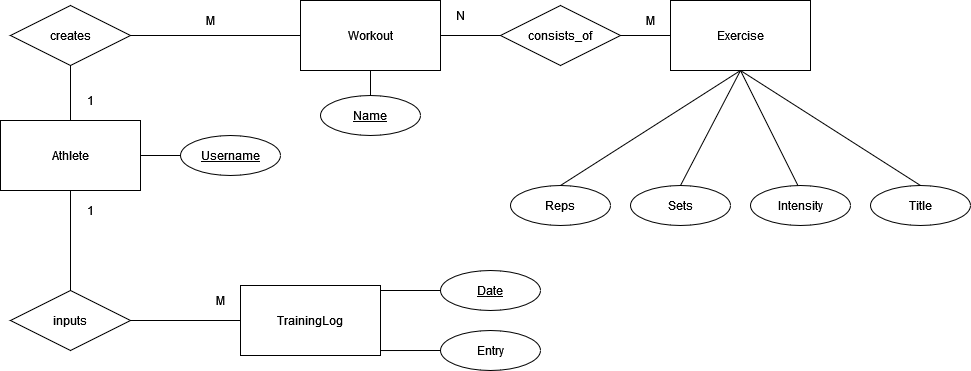
Before: images/er_diagram.png, a diagram exported from draw.io (NoorAsim99/fitness-app). Source tidied: cells renumbered, new cells last; positions are measured from the earlier drawing's top-left corner, leaving out a move shared by most shapes.
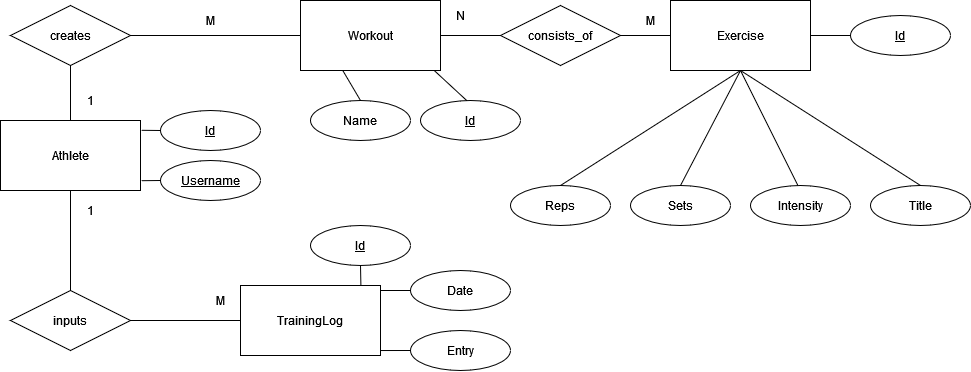
After the change.

The edit, as a diff of the source:
```diff
@@ -47,34 +47,31 @@
     <mxCell id="16" value="M" style="text;html=1;strokeColor=none;fillColor=none;align=center;verticalAlign=middle;whiteSpace=wrap;rounded=0;" parent="1" vertex="1">
       <mxGeometry x="200" y="290" width="40" height="20" as="geometry" />
     </mxCell>
-    <mxCell id="17" value="Username" style="ellipse;whiteSpace=wrap;html=1;align=center;fontStyle=4;" parent="1" vertex="1">
-      <mxGeometry x="180" y="135" width="100" height="40" as="geometry" />
+    <mxCell id="17" value="Id" style="ellipse;whiteSpace=wrap;html=1;align=center;fontStyle=4;" parent="1" vertex="1">
+      <mxGeometry x="160" y="110" width="100" height="40" as="geometry" />
     </mxCell>
-    <mxCell id="18" style="endArrow=none;html=1;entryX=0;entryY=0.5;entryDx=0;entryDy=0;exitX=1;exitY=0.5;exitDx=0;exitDy=0;" parent="1" edge="1" source="4" target="17">
+    <mxCell id="18" style="endArrow=none;html=1;entryX=0;entryY=0.5;entryDx=0;entryDy=0;exitX=1.007;exitY=0.14;exitDx=0;exitDy=0;exitPerimeter=0;" parent="1" edge="1" source="4" target="17">
       <mxGeometry relative="1" as="geometry" />
     </mxCell>
-    <mxCell id="19" value="Date" style="ellipse;whiteSpace=wrap;html=1;align=center;fontStyle=4;" parent="1" vertex="1">
-      <mxGeometry x="440" y="270" width="100" height="40" as="geometry" />
-    </mxCell>
     <mxCell id="20" value="Sets" style="ellipse;whiteSpace=wrap;html=1;align=center;" parent="1" vertex="1">
       <mxGeometry x="630" y="185" width="100" height="40" as="geometry" />
     </mxCell>
     <mxCell id="21" value="Reps" style="ellipse;whiteSpace=wrap;html=1;align=center;" parent="1" vertex="1">
       <mxGeometry x="510" y="185" width="100" height="40" as="geometry" />
     </mxCell>
-    <mxCell id="22" value="Name" style="ellipse;whiteSpace=wrap;html=1;align=center;fontStyle=4;" parent="1" vertex="1">
-      <mxGeometry x="320" y="95" width="100" height="40" as="geometry" />
-    </mxCell>
-    <mxCell id="23" style="endArrow=none;html=1;entryX=0.5;entryY=0;entryDx=0;entryDy=0;exitX=0.5;exitY=1;exitDx=0;exitDy=0;" parent="1" edge="1" source="5" target="22">
-      <mxGeometry relative="1" as="geometry" />
+    <mxCell id="23" style="endArrow=none;html=1;entryX=0.5;entryY=0;entryDx=0;entryDy=0;exitX=0.302;exitY=1;exitDx=0;exitDy=0;exitPerimeter=0;" parent="1" edge="1" source="5">
+      <mxGeometry relative="1" as="geometry">
+        <mxPoint x="360" y="100" as="targetPoint" />
+      </mxGeometry>
     </mxCell>
-    <mxCell id="24" style="endArrow=none;html=1;entryX=0;entryY=0.5;entryDx=0;entryDy=0;" parent="1" edge="1" target="19">
+    <mxCell id="24" style="endArrow=none;html=1;entryX=0;entryY=0.5;entryDx=0;entryDy=0;" parent="1" edge="1">
       <mxGeometry relative="1" as="geometry">
         <mxPoint x="380" y="290" as="sourcePoint" />
+        <mxPoint x="440" y="290" as="targetPoint" />
       </mxGeometry>
     </mxCell>
     <mxCell id="25" value="Entry" style="ellipse;whiteSpace=wrap;html=1;align=center;" parent="1" vertex="1">
-      <mxGeometry x="440" y="330" width="100" height="40" as="geometry" />
+      <mxGeometry x="410" y="330" width="100" height="40" as="geometry" />
     </mxCell>
     <mxCell id="26" style="endArrow=none;html=1;entryX=0;entryY=0.5;entryDx=0;entryDy=0;exitX=1;exitY=0.929;exitDx=0;exitDy=0;exitPerimeter=0;" parent="1" edge="1" source="6" target="25">
       <mxGeometry relative="1" as="geometry" />
@@ -115,5 +112,35 @@
     <mxCell id="38" style="endArrow=none;html=1;exitX=0.5;exitY=0;exitDx=0;exitDy=0;entryX=0.5;entryY=1;entryDx=0;entryDy=0;" parent="1" edge="1" source="37" target="2">
       <mxGeometry relative="1" as="geometry" />
     </mxCell>
+    <mxCell id="39" value="Username" style="ellipse;whiteSpace=wrap;html=1;align=center;fontStyle=4;" parent="1" vertex="1">
+      <mxGeometry x="160" y="160" width="100" height="40" as="geometry" />
+    </mxCell>
+    <mxCell id="40" style="endArrow=none;html=1;entryX=0;entryY=0.5;entryDx=0;entryDy=0;exitX=1.007;exitY=0.86;exitDx=0;exitDy=0;exitPerimeter=0;" parent="1" edge="1" source="4" target="39">
+      <mxGeometry relative="1" as="geometry" />
+    </mxCell>
+    <mxCell id="41" value="Id" style="ellipse;whiteSpace=wrap;html=1;align=center;fontStyle=4;" parent="1" vertex="1">
+      <mxGeometry x="420" y="100" width="100" height="40" as="geometry" />
+    </mxCell>
+    <mxCell id="42" style="endArrow=none;html=1;entryX=0.953;entryY=0.996;entryDx=0;entryDy=0;exitX=0.468;exitY=0.014;exitDx=0;exitDy=0;exitPerimeter=0;entryPerimeter=0;" parent="1" edge="1" source="41" target="5">
+      <mxGeometry relative="1" as="geometry" />
+    </mxCell>
+    <mxCell id="22" value="Name" style="ellipse;whiteSpace=wrap;html=1;align=center;" parent="1" vertex="1">
+      <mxGeometry x="310" y="100" width="100" height="40" as="geometry" />
+    </mxCell>
+    <mxCell id="43" value="Id" style="ellipse;whiteSpace=wrap;html=1;align=center;fontStyle=4;" parent="1" vertex="1">
+      <mxGeometry x="850" y="15" width="100" height="40" as="geometry" />
+    </mxCell>
+    <mxCell id="44" style="endArrow=none;html=1;entryX=0;entryY=0.5;entryDx=0;entryDy=0;exitX=1;exitY=0.5;exitDx=0;exitDy=0;" parent="1" edge="1" source="28" target="43">
+      <mxGeometry relative="1" as="geometry" />
+    </mxCell>
+    <mxCell id="45" value="Id" style="ellipse;whiteSpace=wrap;html=1;align=center;fontStyle=4;" parent="1" vertex="1">
+      <mxGeometry x="310" y="225" width="100" height="40" as="geometry" />
+    </mxCell>
+    <mxCell id="46" style="endArrow=none;html=1;entryX=0.86;entryY=0;entryDx=0;entryDy=0;exitX=0.5;exitY=1;exitDx=0;exitDy=0;entryPerimeter=0;" parent="1" edge="1" source="45" target="6">
+      <mxGeometry relative="1" as="geometry" />
+    </mxCell>
+    <mxCell id="19" value="Date" style="ellipse;whiteSpace=wrap;html=1;align=center;" parent="1" vertex="1">
+      <mxGeometry x="410" y="270" width="100" height="40" as="geometry" />
+    </mxCell>
   </root>
 </mxGraphModel>
```
